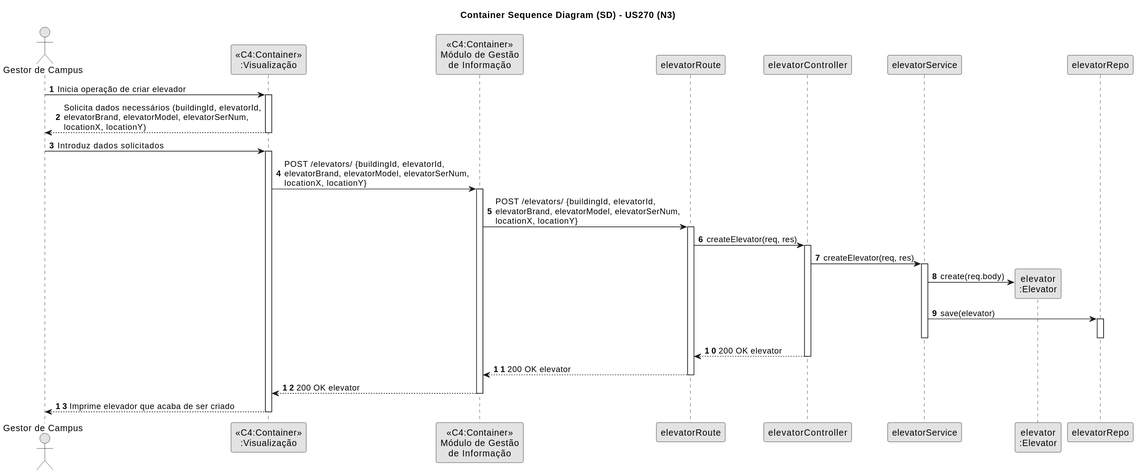
Earlier version of the PlantUML export docs/1211171/us270/SD-N3-US270.svg (pedrocmesquita/RobDroneGo).
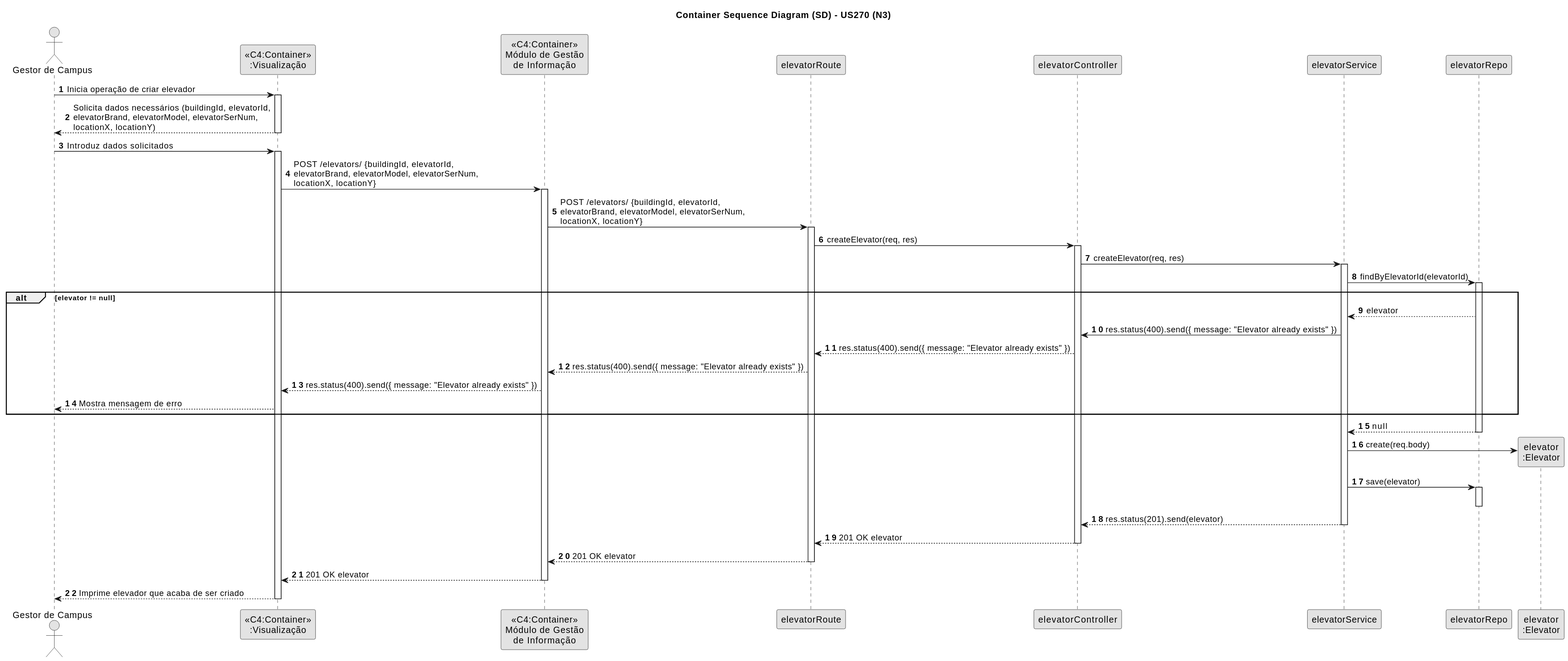
The same diagram one commit later.

Diff of the diagram source:
```diff
@@ -25,16 +25,31 @@
 activate elevatorController
 elevatorController -> elevatorService: createElevator(req, res)
 activate elevatorService
+
+elevatorService -> elevatorRepo: findByElevatorId(elevatorId)
+activate elevatorRepo
+alt elevator != null
+elevatorRepo --> elevatorService: elevator
+elevatorService -> elevatorController: res.status(400).send({ message: "Elevator already exists" })
+elevatorController --> elevatorRoute: res.status(400).send({ message: "Elevator already exists" })
+elevatorRoute --> "<<C4:Container>>\nMódulo de Gestão\nde Informação": res.status(400).send({ message: "Elevator already exists" })
+"<<C4:Container>>\nMódulo de Gestão\nde Informação" --> "<<C4:Container>>\n:Visualização": res.status(400).send({ message: "Elevator already exists" })
+"<<C4:Container>>\n:Visualização" --> "Gestor de Campus": Mostra mensagem de erro
+
+end
+elevatorRepo --> elevatorService: null
+deactivate elevatorRepo
 elevatorService -> "elevator\n:Elevator"**: create(req.body)
 elevatorService -> elevatorRepo: save(elevator)
 activate elevatorRepo
 deactivate elevatorRepo
+elevatorService --> elevatorController: res.status(201).send(elevator)
 deactivate elevatorService
-elevatorController --> elevatorRoute : 200 OK elevator
+elevatorController --> elevatorRoute : 201 OK elevator
 deactivate elevatorController
-elevatorRoute --> "<<C4:Container>>\nMódulo de Gestão\nde Informação" : 200 OK elevator
+elevatorRoute --> "<<C4:Container>>\nMódulo de Gestão\nde Informação" : 201 OK elevator
 deactivate elevatorRoute
-"<<C4:Container>>\nMódulo de Gestão\nde Informação" --> "<<C4:Container>>\n:Visualização": 200 OK elevator
+"<<C4:Container>>\nMódulo de Gestão\nde Informação" --> "<<C4:Container>>\n:Visualização": 201 OK elevator
 deactivate "<<C4:Container>>\nMódulo de Gestão\nde Informação"
 "Gestor de Campus" <-- "<<C4:Container>>\n:Visualização": Imprime elevador que acaba de ser criado
 deactivate "<<C4:Container>>\n:Visualização"
```
